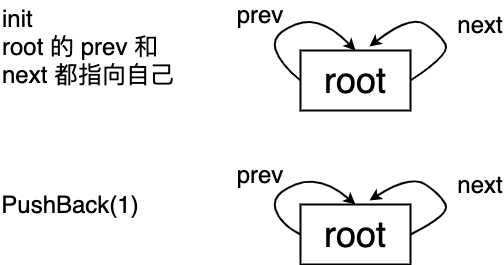
This is go-container/list-source-code.png from autsu/diagrams, a draw.io export, as it was before one commit. Source tidied: cells renumbered, new cells last; positions are measured from the earlier drawing's top-left corner, leaving out a move shared by most shapes. The source it was exported from:
```xml
<mxGraphModel>
  <root>
    <mxCell id="0" />
    <mxCell id="1" parent="0" />
    <mxCell id="2" value="&lt;font style=&quot;font-size: 24px&quot;&gt;init&lt;br&gt;root 的 prev 和 next 都指向自己&lt;br&gt;&lt;/font&gt;" style="text;html=1;strokeColor=none;fillColor=none;align=left;verticalAlign=middle;whiteSpace=wrap;rounded=0;" parent="1" vertex="1">
      <mxGeometry y="21.9" width="180" height="40" as="geometry" />
    </mxCell>
    <mxCell id="3" value="&lt;font style=&quot;font-size: 24px&quot;&gt;PushBack(1)&lt;/font&gt;" style="text;html=1;strokeColor=none;fillColor=none;align=center;verticalAlign=middle;whiteSpace=wrap;rounded=0;" parent="1" vertex="1">
      <mxGeometry x="50" y="190" width="40" height="20" as="geometry" />
    </mxCell>
    <mxCell id="4" value="&lt;font style=&quot;font-size: 36px&quot;&gt;root&lt;/font&gt;" style="rounded=0;whiteSpace=wrap;html=1;strokeWidth=2;" parent="1" vertex="1">
      <mxGeometry x="300" y="200" width="110" height="60" as="geometry" />
    </mxCell>
    <mxCell id="5" style="curved=1;endArrow=classic;html=1;strokeWidth=2;entryX=0.5;entryY=0;entryDx=0;entryDy=0;exitX=0;exitY=0.5;exitDx=0;exitDy=0;" parent="1" edge="1" source="4" target="4">
      <mxGeometry relative="1" as="geometry">
        <Array as="points">
          <mxPoint x="280" y="220" />
          <mxPoint x="270" y="190" />
          <mxPoint x="320" y="170" />
        </Array>
      </mxGeometry>
    </mxCell>
    <mxCell id="6" value="&lt;font style=&quot;font-size: 24px&quot;&gt;prev&lt;/font&gt;" style="text;html=1;strokeColor=none;fillColor=none;align=center;verticalAlign=middle;whiteSpace=wrap;rounded=0;" parent="1" vertex="1">
      <mxGeometry x="240" y="160" width="40" height="20" as="geometry" />
    </mxCell>
    <mxCell id="7" style="curved=1;endArrow=classic;html=1;strokeWidth=2;entryX=0.627;entryY=-0.067;entryDx=0;entryDy=0;entryPerimeter=0;exitX=1;exitY=0.5;exitDx=0;exitDy=0;" parent="1" edge="1" source="4" target="4">
      <mxGeometry relative="1" as="geometry">
        <Array as="points">
          <mxPoint x="450" y="210" />
          <mxPoint x="440" y="190" />
          <mxPoint x="410" y="170" />
        </Array>
      </mxGeometry>
    </mxCell>
    <mxCell id="8" value="&lt;font style=&quot;font-size: 24px&quot;&gt;next&lt;/font&gt;" style="text;html=1;strokeColor=none;fillColor=none;align=center;verticalAlign=middle;whiteSpace=wrap;rounded=0;" parent="1" vertex="1">
      <mxGeometry x="460" y="170" width="40" height="20" as="geometry" />
    </mxCell>
    <mxCell id="9" value="&lt;font style=&quot;font-size: 36px&quot;&gt;root&lt;/font&gt;" style="rounded=0;whiteSpace=wrap;html=1;strokeWidth=2;" parent="1" vertex="1">
      <mxGeometry x="300" y="46" width="110" height="60" as="geometry" />
    </mxCell>
    <mxCell id="10" style="curved=1;endArrow=classic;html=1;strokeWidth=2;entryX=0.5;entryY=0;entryDx=0;entryDy=0;exitX=0;exitY=0.5;exitDx=0;exitDy=0;" parent="1" edge="1" source="9" target="9">
      <mxGeometry relative="1" as="geometry">
        <Array as="points">
          <mxPoint x="280" y="60" />
          <mxPoint x="270" y="30" />
          <mxPoint x="320" y="10" />
        </Array>
      </mxGeometry>
    </mxCell>
    <mxCell id="11" value="&lt;font style=&quot;font-size: 24px&quot;&gt;prev&lt;/font&gt;" style="text;html=1;strokeColor=none;fillColor=none;align=center;verticalAlign=middle;whiteSpace=wrap;rounded=0;" parent="1" vertex="1">
      <mxGeometry x="240" width="40" height="20" as="geometry" />
    </mxCell>
    <mxCell id="12" style="curved=1;endArrow=classic;html=1;strokeWidth=2;entryX=0.627;entryY=-0.067;entryDx=0;entryDy=0;entryPerimeter=0;exitX=1;exitY=0.5;exitDx=0;exitDy=0;" parent="1" edge="1" source="9" target="9">
      <mxGeometry relative="1" as="geometry">
        <Array as="points">
          <mxPoint x="450" y="50" />
          <mxPoint x="440" y="30" />
          <mxPoint x="410" y="10" />
        </Array>
      </mxGeometry>
    </mxCell>
    <mxCell id="13" value="&lt;font style=&quot;font-size: 24px&quot;&gt;next&lt;/font&gt;" style="text;html=1;strokeColor=none;fillColor=none;align=center;verticalAlign=middle;whiteSpace=wrap;rounded=0;" parent="1" vertex="1">
      <mxGeometry x="460" y="10" width="40" height="20" as="geometry" />
    </mxCell>
  </root>
</mxGraphModel>
```
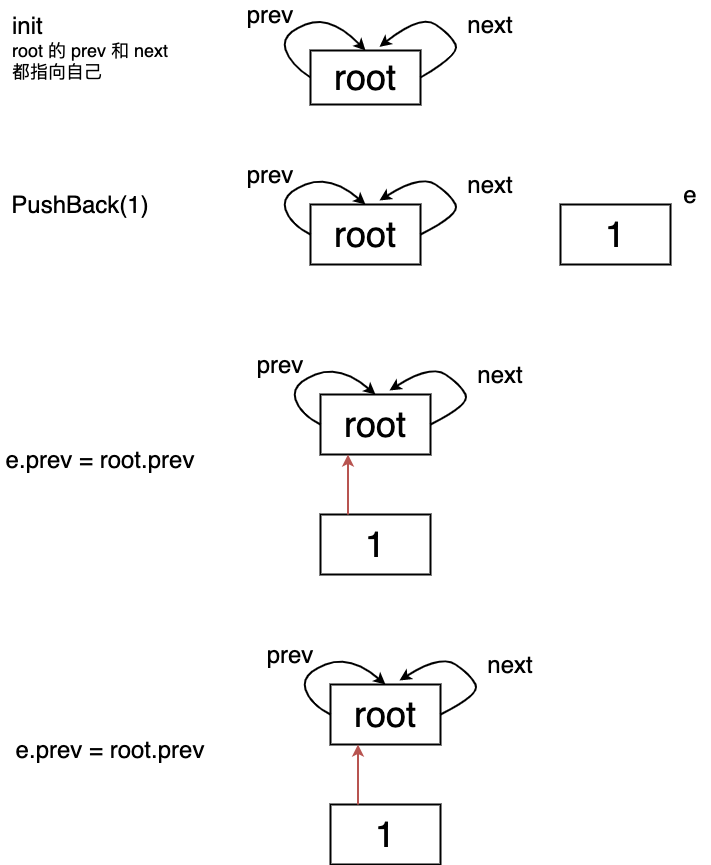
The same file after the commit.

Change to the diagram source:
```diff
@@ -2,7 +2,7 @@
   <root>
     <mxCell id="0" />
     <mxCell id="1" parent="0" />
-    <mxCell id="2" value="&lt;font style=&quot;font-size: 24px&quot;&gt;init&lt;br&gt;root 的 prev 和 next 都指向自己&lt;br&gt;&lt;/font&gt;" style="text;html=1;strokeColor=none;fillColor=none;align=left;verticalAlign=middle;whiteSpace=wrap;rounded=0;" parent="1" vertex="1">
+    <mxCell id="2" value="&lt;font&gt;&lt;span style=&quot;font-size: 24px&quot;&gt;init&lt;/span&gt;&lt;br&gt;&lt;font style=&quot;font-size: 18px&quot;&gt;root 的 prev 和 next 都指向自己&lt;/font&gt;&lt;br&gt;&lt;/font&gt;" style="text;html=1;strokeColor=none;fillColor=none;align=left;verticalAlign=middle;whiteSpace=wrap;rounded=0;" parent="1" vertex="1">
       <mxGeometry y="21.9" width="180" height="40" as="geometry" />
     </mxCell>
     <mxCell id="3" value="&lt;font style=&quot;font-size: 24px&quot;&gt;PushBack(1)&lt;/font&gt;" style="text;html=1;strokeColor=none;fillColor=none;align=center;verticalAlign=middle;whiteSpace=wrap;rounded=0;" parent="1" vertex="1">
@@ -36,7 +36,7 @@
       <mxGeometry x="460" y="170" width="40" height="20" as="geometry" />
     </mxCell>
     <mxCell id="9" value="&lt;font style=&quot;font-size: 36px&quot;&gt;root&lt;/font&gt;" style="rounded=0;whiteSpace=wrap;html=1;strokeWidth=2;" parent="1" vertex="1">
-      <mxGeometry x="300" y="46" width="110" height="60" as="geometry" />
+      <mxGeometry x="300" y="46" width="110" height="54" as="geometry" />
     </mxCell>
     <mxCell id="10" style="curved=1;endArrow=classic;html=1;strokeWidth=2;entryX=0.5;entryY=0;entryDx=0;entryDy=0;exitX=0;exitY=0.5;exitDx=0;exitDy=0;" parent="1" edge="1" source="9" target="9">
       <mxGeometry relative="1" as="geometry">
@@ -62,5 +62,83 @@
     <mxCell id="13" value="&lt;font style=&quot;font-size: 24px&quot;&gt;next&lt;/font&gt;" style="text;html=1;strokeColor=none;fillColor=none;align=center;verticalAlign=middle;whiteSpace=wrap;rounded=0;" parent="1" vertex="1">
       <mxGeometry x="460" y="10" width="40" height="20" as="geometry" />
     </mxCell>
+    <mxCell id="14" value="&lt;font style=&quot;font-size: 36px&quot;&gt;1&lt;/font&gt;" style="rounded=0;whiteSpace=wrap;html=1;strokeWidth=2;" parent="1" vertex="1">
+      <mxGeometry x="550" y="200" width="110" height="60" as="geometry" />
+    </mxCell>
+    <mxCell id="15" value="&lt;font style=&quot;font-size: 24px&quot;&gt;e&lt;/font&gt;" style="text;html=1;strokeColor=none;fillColor=none;align=center;verticalAlign=middle;whiteSpace=wrap;rounded=0;" parent="1" vertex="1">
+      <mxGeometry x="660" y="180" width="40" height="20" as="geometry" />
+    </mxCell>
+    <mxCell id="16" value="&lt;font style=&quot;font-size: 24px&quot;&gt;e.prev = root.prev&lt;/font&gt;" style="text;html=1;strokeColor=none;fillColor=none;align=center;verticalAlign=middle;whiteSpace=wrap;rounded=0;" parent="1" vertex="1">
+      <mxGeometry x="-10" y="450" width="200" height="10" as="geometry" />
+    </mxCell>
+    <mxCell id="17" value="&lt;font style=&quot;font-size: 36px&quot;&gt;root&lt;/font&gt;" style="rounded=0;whiteSpace=wrap;html=1;strokeWidth=2;" parent="1" vertex="1">
+      <mxGeometry x="310" y="390" width="110" height="60" as="geometry" />
+    </mxCell>
+    <mxCell id="18" style="curved=1;endArrow=classic;html=1;strokeWidth=2;entryX=0.5;entryY=0;entryDx=0;entryDy=0;exitX=0;exitY=0.5;exitDx=0;exitDy=0;" parent="1" edge="1" source="17" target="17">
+      <mxGeometry relative="1" as="geometry">
+        <Array as="points">
+          <mxPoint x="290" y="410" />
+          <mxPoint x="280" y="380" />
+          <mxPoint x="330" y="360" />
+        </Array>
+      </mxGeometry>
+    </mxCell>
+    <mxCell id="19" value="&lt;font style=&quot;font-size: 24px&quot;&gt;prev&lt;/font&gt;" style="text;html=1;strokeColor=none;fillColor=none;align=center;verticalAlign=middle;whiteSpace=wrap;rounded=0;" parent="1" vertex="1">
+      <mxGeometry x="250" y="350" width="40" height="20" as="geometry" />
+    </mxCell>
+    <mxCell id="20" style="curved=1;endArrow=classic;html=1;strokeWidth=2;entryX=0.627;entryY=-0.067;entryDx=0;entryDy=0;entryPerimeter=0;exitX=1;exitY=0.5;exitDx=0;exitDy=0;" parent="1" edge="1" source="17" target="17">
+      <mxGeometry relative="1" as="geometry">
+        <Array as="points">
+          <mxPoint x="460" y="400" />
+          <mxPoint x="450" y="380" />
+          <mxPoint x="420" y="360" />
+        </Array>
+      </mxGeometry>
+    </mxCell>
+    <mxCell id="21" value="&lt;font style=&quot;font-size: 24px&quot;&gt;next&lt;/font&gt;" style="text;html=1;strokeColor=none;fillColor=none;align=center;verticalAlign=middle;whiteSpace=wrap;rounded=0;" parent="1" vertex="1">
+      <mxGeometry x="470" y="360" width="40" height="20" as="geometry" />
+    </mxCell>
+    <mxCell id="22" value="&lt;font style=&quot;font-size: 36px&quot;&gt;1&lt;/font&gt;" style="rounded=0;whiteSpace=wrap;html=1;strokeWidth=2;" parent="1" vertex="1">
+      <mxGeometry x="310" y="510" width="110" height="60" as="geometry" />
+    </mxCell>
+    <mxCell id="23" style="endArrow=classic;html=1;strokeWidth=2;entryX=0.25;entryY=1;entryDx=0;entryDy=0;exitX=0.25;exitY=0;exitDx=0;exitDy=0;fillColor=#f8cecc;strokeColor=#b85450;" parent="1" edge="1" source="22" target="17">
+      <mxGeometry relative="1" as="geometry" />
+    </mxCell>
+    <mxCell id="24" value="&lt;font style=&quot;font-size: 36px&quot;&gt;root&lt;/font&gt;" style="rounded=0;whiteSpace=wrap;html=1;strokeWidth=2;" parent="1" vertex="1">
+      <mxGeometry x="320" y="680" width="110" height="60" as="geometry" />
+    </mxCell>
+    <mxCell id="25" style="curved=1;endArrow=classic;html=1;strokeWidth=2;entryX=0.5;entryY=0;entryDx=0;entryDy=0;exitX=0;exitY=0.5;exitDx=0;exitDy=0;" parent="1" edge="1" source="24" target="24">
+      <mxGeometry relative="1" as="geometry">
+        <Array as="points">
+          <mxPoint x="300" y="700" />
+          <mxPoint x="290" y="670" />
+          <mxPoint x="340" y="650" />
+        </Array>
+      </mxGeometry>
+    </mxCell>
+    <mxCell id="26" value="&lt;font style=&quot;font-size: 24px&quot;&gt;prev&lt;/font&gt;" style="text;html=1;strokeColor=none;fillColor=none;align=center;verticalAlign=middle;whiteSpace=wrap;rounded=0;" parent="1" vertex="1">
+      <mxGeometry x="260" y="640" width="40" height="20" as="geometry" />
+    </mxCell>
+    <mxCell id="27" style="curved=1;endArrow=classic;html=1;strokeWidth=2;entryX=0.627;entryY=-0.067;entryDx=0;entryDy=0;entryPerimeter=0;exitX=1;exitY=0.5;exitDx=0;exitDy=0;" parent="1" edge="1" source="24" target="24">
+      <mxGeometry relative="1" as="geometry">
+        <Array as="points">
+          <mxPoint x="470" y="690" />
+          <mxPoint x="460" y="670" />
+          <mxPoint x="430" y="650" />
+        </Array>
+      </mxGeometry>
+    </mxCell>
+    <mxCell id="28" value="&lt;font style=&quot;font-size: 24px&quot;&gt;next&lt;/font&gt;" style="text;html=1;strokeColor=none;fillColor=none;align=center;verticalAlign=middle;whiteSpace=wrap;rounded=0;" parent="1" vertex="1">
+      <mxGeometry x="480" y="650" width="40" height="20" as="geometry" />
+    </mxCell>
+    <mxCell id="29" value="&lt;font style=&quot;font-size: 36px&quot;&gt;1&lt;/font&gt;" style="rounded=0;whiteSpace=wrap;html=1;strokeWidth=2;" parent="1" vertex="1">
+      <mxGeometry x="320" y="800" width="110" height="60" as="geometry" />
+    </mxCell>
+    <mxCell id="30" style="endArrow=classic;html=1;strokeWidth=2;entryX=0.25;entryY=1;entryDx=0;entryDy=0;exitX=0.25;exitY=0;exitDx=0;exitDy=0;fillColor=#f8cecc;strokeColor=#b85450;" parent="1" edge="1" source="29" target="24">
+      <mxGeometry relative="1" as="geometry" />
+    </mxCell>
+    <mxCell id="31" value="&lt;font style=&quot;font-size: 24px&quot;&gt;e.prev = root.prev&lt;/font&gt;" style="text;html=1;strokeColor=none;fillColor=none;align=center;verticalAlign=middle;whiteSpace=wrap;rounded=0;" parent="1" vertex="1">
+      <mxGeometry y="740" width="200" height="10" as="geometry" />
+    </mxCell>
   </root>
 </mxGraphModel>
```
